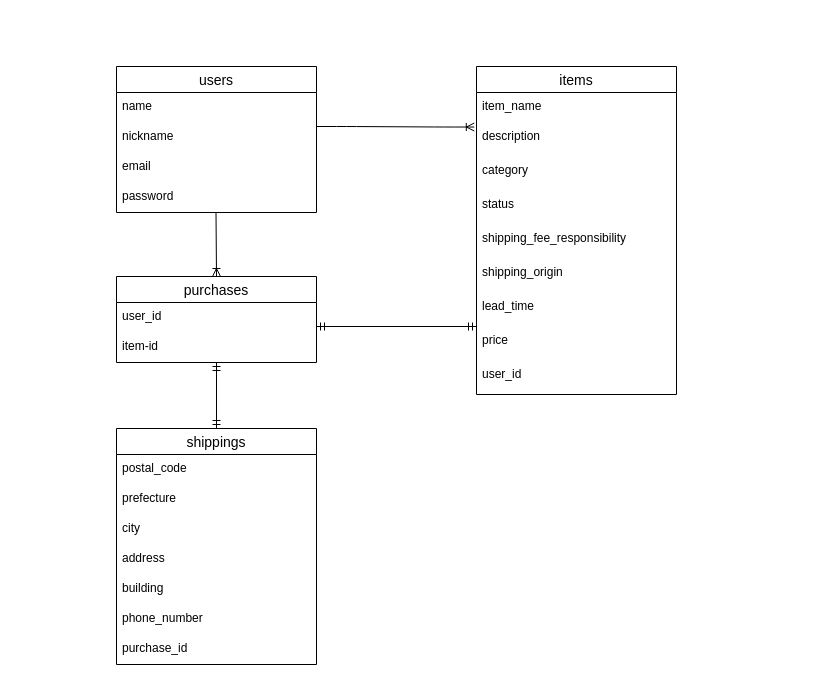
Earlier version of the draw.io diagram page "ページ1" (1 of 2) of ER.dio (taichikitano/furima-39758). Source tidied: cells renumbered, new cells numbered last; positions are measured from the earlier drawing's top-left corner, leaving out a move shared by most shapes. Both pictures are drawn from the tidied source at 100%, with x=0, y=0 at pixel (116, 66).
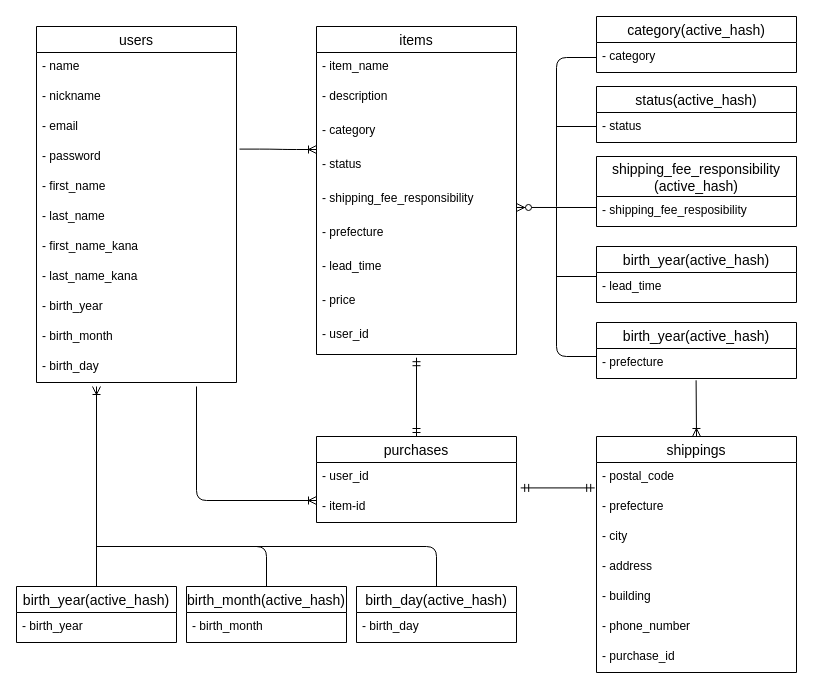
Above is the later version.

Commit message (it also covers changes not shown here):
active_hash追加及び不備修正

Change to the diagram source:
```diff
@@
     <mxCell id="2" value="users" style="swimlane;fontStyle=0;horizontal=1;startSize=26;align=center;fontSize=14;" parent="1" vertex="1">
-      <mxGeometry width="200" height="146" as="geometry" />
+      <mxGeometry x="-80" y="-40" width="200" height="356" as="geometry" />
     </mxCell>
-    <mxCell id="3" value="name" style="text;strokeColor=none;fillColor=none;spacingLeft=4;spacingRight=4;overflow=hidden;fontSize=12;" parent="2" vertex="1">
+    <mxCell id="3" value="- name" style="text;strokeColor=none;fillColor=none;spacingLeft=4;spacingRight=4;overflow=hidden;fontSize=12;" parent="2" vertex="1">
       <mxGeometry y="26" width="200" height="30" as="geometry" />
     </mxCell>
-    <mxCell id="4" value="nickname" style="text;strokeColor=none;fillColor=none;spacingLeft=4;spacingRight=4;overflow=hidden;fontSize=12;" parent="2" vertex="1">
+    <mxCell id="4" value="- nickname" style="text;strokeColor=none;fillColor=none;spacingLeft=4;spacingRight=4;overflow=hidden;fontSize=12;" parent="2" vertex="1">
       <mxGeometry y="56" width="200" height="30" as="geometry" />
     </mxCell>
-    <mxCell id="5" value="email" style="text;strokeColor=none;fillColor=none;spacingLeft=4;spacingRight=4;overflow=hidden;fontSize=12;" parent="2" vertex="1">
+    <mxCell id="5" value="- email" style="text;strokeColor=none;fillColor=none;spacingLeft=4;spacingRight=4;overflow=hidden;fontSize=12;" parent="2" vertex="1">
       <mxGeometry y="86" width="200" height="30" as="geometry" />
     </mxCell>
-    <mxCell id="6" value="password" style="text;strokeColor=none;fillColor=none;spacingLeft=4;spacingRight=4;overflow=hidden;points=[[0,0.5],[1,0.5]];portConstraint=eastwest;fontSize=12;" parent="2" vertex="1">
+    <mxCell id="6" value="- password" style="text;strokeColor=none;fillColor=none;spacingLeft=4;spacingRight=4;overflow=hidden;points=[[0,0.5],[1,0.5]];portConstraint=eastwest;fontSize=12;" parent="2" vertex="1">
       <mxGeometry y="116" width="200" height="30" as="geometry" />
     </mxCell>
+    <mxCell id="32" value="- first_name" style="text;strokeColor=none;fillColor=none;spacingLeft=4;spacingRight=4;overflow=hidden;fontSize=12;" parent="2" vertex="1">
+      <mxGeometry y="146" width="200" height="30" as="geometry" />
+    </mxCell>
+    <mxCell id="33" value="- last_name" style="text;strokeColor=none;fillColor=none;spacingLeft=4;spacingRight=4;overflow=hidden;fontSize=12;" parent="2" vertex="1">
+      <mxGeometry y="176" width="200" height="30" as="geometry" />
+    </mxCell>
+    <mxCell id="34" value="- first_name_kana" style="text;strokeColor=none;fillColor=none;spacingLeft=4;spacingRight=4;overflow=hidden;fontSize=12;" parent="2" vertex="1">
+      <mxGeometry y="206" width="200" height="30" as="geometry" />
+    </mxCell>
+    <mxCell id="35" value="- last_name_kana" style="text;strokeColor=none;fillColor=none;spacingLeft=4;spacingRight=4;overflow=hidden;fontSize=12;" parent="2" vertex="1">
+      <mxGeometry y="236" width="200" height="30" as="geometry" />
+    </mxCell>
+    <mxCell id="36" value="- birth_year&#10;" style="text;strokeColor=none;fillColor=none;spacingLeft=4;spacingRight=4;overflow=hidden;fontSize=12;" parent="2" vertex="1">
+      <mxGeometry y="266" width="200" height="30" as="geometry" />
+    </mxCell>
+    <mxCell id="37" value="- birth_month&#10;&#10;" style="text;strokeColor=none;fillColor=none;spacingLeft=4;spacingRight=4;overflow=hidden;fontSize=12;" parent="2" vertex="1">
+      <mxGeometry y="296" width="200" height="30" as="geometry" />
+    </mxCell>
+    <mxCell id="38" value="- birth_day&#10;" style="text;strokeColor=none;fillColor=none;spacingLeft=4;spacingRight=4;overflow=hidden;fontSize=12;" parent="2" vertex="1">
+      <mxGeometry y="326" width="200" height="30" as="geometry" />
+    </mxCell>
     <mxCell id="7" value="items" style="swimlane;fontStyle=0;horizontal=1;startSize=26;align=center;fontSize=14;" parent="1" vertex="1">
-      <mxGeometry x="360" width="200" height="328" as="geometry" />
+      <mxGeometry x="200" y="-40" width="200" height="328" as="geometry" />
     </mxCell>
-    <mxCell id="8" value="item_name" style="text;strokeColor=none;fillColor=none;spacingLeft=4;spacingRight=4;overflow=hidden;fontSize=12;" parent="7" vertex="1">
+    <mxCell id="8" value="- item_name" style="text;strokeColor=none;fillColor=none;spacingLeft=4;spacingRight=4;overflow=hidden;fontSize=12;" parent="7" vertex="1">
       <mxGeometry y="26" width="200" height="30" as="geometry" />
     </mxCell>
-    <mxCell id="9" value="description" style="text;strokeColor=none;fillColor=none;spacingLeft=4;spacingRight=4;overflow=hidden;points=[[0,0.5],[1,0.5]];portConstraint=eastwest;fontSize=12;" parent="7" vertex="1">
+    <mxCell id="9" value="- description" style="text;strokeColor=none;fillColor=none;spacingLeft=4;spacingRight=4;overflow=hidden;points=[[0,0.5],[1,0.5]];portConstraint=eastwest;fontSize=12;" parent="7" vertex="1">
       <mxGeometry y="56" width="200" height="34" as="geometry" />
     </mxCell>
-    <mxCell id="10" value="category" style="text;strokeColor=none;fillColor=none;spacingLeft=4;spacingRight=4;overflow=hidden;fontSize=12;" parent="7" vertex="1">
+    <mxCell id="10" value="- category" style="text;strokeColor=none;fillColor=none;spacingLeft=4;spacingRight=4;overflow=hidden;fontSize=12;" parent="7" vertex="1">
       <mxGeometry y="90" width="200" height="34" as="geometry" />
     </mxCell>
-    <mxCell id="11" value="status" style="text;strokeColor=none;fillColor=none;spacingLeft=4;spacingRight=4;overflow=hidden;fontSize=12;" parent="7" vertex="1">
+    <mxCell id="11" value="- status" style="text;strokeColor=none;fillColor=none;spacingLeft=4;spacingRight=4;overflow=hidden;fontSize=12;" parent="7" vertex="1">
       <mxGeometry y="124" width="200" height="34" as="geometry" />
     </mxCell>
-    <mxCell id="12" value="shipping_fee_responsibility" style="text;strokeColor=none;fillColor=none;spacingLeft=4;spacingRight=4;overflow=hidden;points=[[0,0.5],[1,0.5]];portConstraint=eastwest;fontSize=12;" parent="7" vertex="1">
+    <mxCell id="12" value="- shipping_fee_responsibility" style="text;strokeColor=none;fillColor=none;spacingLeft=4;spacingRight=4;overflow=hidden;points=[[0,0.5],[1,0.5]];portConstraint=eastwest;fontSize=12;" parent="7" vertex="1">
       <mxGeometry y="158" width="200" height="34" as="geometry" />
     </mxCell>
-    <mxCell id="13" value="shipping_origin&#10;&#10;" style="text;strokeColor=none;fillColor=none;spacingLeft=4;spacingRight=4;overflow=hidden;fontSize=12;" parent="7" vertex="1">
+    <mxCell id="13" value="- prefecture" style="text;strokeColor=none;fillColor=none;spacingLeft=4;spacingRight=4;overflow=hidden;fontSize=12;" parent="7" vertex="1">
       <mxGeometry y="192" width="200" height="34" as="geometry" />
     </mxCell>
-    <mxCell id="14" value="lead_time&#10;" style="text;strokeColor=none;fillColor=none;spacingLeft=4;spacingRight=4;overflow=hidden;fontSize=12;" parent="7" vertex="1">
+    <mxCell id="14" value="- lead_time&#10;" style="text;strokeColor=none;fillColor=none;spacingLeft=4;spacingRight=4;overflow=hidden;fontSize=12;" parent="7" vertex="1">
       <mxGeometry y="226" width="200" height="34" as="geometry" />
     </mxCell>
-    <mxCell id="15" value="price" style="text;strokeColor=none;fillColor=none;spacingLeft=4;spacingRight=4;overflow=hidden;fontSize=12;" parent="7" vertex="1">
+    <mxCell id="15" value="- price" style="text;strokeColor=none;fillColor=none;spacingLeft=4;spacingRight=4;overflow=hidden;fontSize=12;" parent="7" vertex="1">
       <mxGeometry y="260" width="200" height="34" as="geometry" />
     </mxCell>
-    <mxCell id="16" value="user_id" style="text;strokeColor=none;fillColor=none;spacingLeft=4;spacingRight=4;overflow=hidden;points=[[0,0.5],[1,0.5]];portConstraint=eastwest;fontSize=12;" parent="7" vertex="1">
+    <mxCell id="16" value="- user_id" style="text;strokeColor=none;fillColor=none;spacingLeft=4;spacingRight=4;overflow=hidden;points=[[0,0.5],[1,0.5]];portConstraint=eastwest;fontSize=12;" parent="7" vertex="1">
       <mxGeometry y="294" width="200" height="34" as="geometry" />
     </mxCell>
     <mxCell id="17" value="purchases" style="swimlane;fontStyle=0;horizontal=1;startSize=26;align=center;fontSize=14;" parent="1" vertex="1">
-      <mxGeometry y="210" width="200" height="86" as="geometry" />
+      <mxGeometry x="200" y="370" width="200" height="86" as="geometry" />
     </mxCell>
-    <mxCell id="18" value="user_id" style="text;strokeColor=none;fillColor=none;spacingLeft=4;spacingRight=4;overflow=hidden;points=[[0,0.5],[1,0.5]];portConstraint=eastwest;fontSize=12;" parent="17" vertex="1">
+    <mxCell id="18" value="- user_id" style="text;strokeColor=none;fillColor=none;spacingLeft=4;spacingRight=4;overflow=hidden;points=[[0,0.5],[1,0.5]];portConstraint=eastwest;fontSize=12;" parent="17" vertex="1">
       <mxGeometry y="26" width="200" height="30" as="geometry" />
     </mxCell>
-    <mxCell id="19" value="item-id" style="text;strokeColor=none;fillColor=none;spacingLeft=4;spacingRight=4;overflow=hidden;points=[[0,0.5],[1,0.5]];portConstraint=eastwest;fontSize=12;" parent="17" vertex="1">
+    <mxCell id="19" value="- item-id" style="text;strokeColor=none;fillColor=none;spacingLeft=4;spacingRight=4;overflow=hidden;points=[[0,0.5],[1,0.5]];portConstraint=eastwest;fontSize=12;" parent="17" vertex="1">
       <mxGeometry y="56" width="200" height="30" as="geometry" />
     </mxCell>
     <mxCell id="20" value="shippings" style="swimlane;fontStyle=0;horizontal=1;startSize=26;align=center;fontSize=14;" parent="1" vertex="1">
-      <mxGeometry y="362" width="200" height="236" as="geometry" />
+      <mxGeometry x="480" y="370" width="200" height="236" as="geometry" />
     </mxCell>
-    <mxCell id="21" value="postal_code" style="text;strokeColor=none;fillColor=none;spacingLeft=4;spacingRight=4;overflow=hidden;fontSize=12;" parent="20" vertex="1">
+    <mxCell id="21" value="- postal_code" style="text;strokeColor=none;fillColor=none;spacingLeft=4;spacingRight=4;overflow=hidden;fontSize=12;" parent="20" vertex="1">
       <mxGeometry y="26" width="200" height="30" as="geometry" />
     </mxCell>
-    <mxCell id="22" value="prefecture" style="text;strokeColor=none;fillColor=none;spacingLeft=4;spacingRight=4;overflow=hidden;points=[[0,0.5],[1,0.5]];portConstraint=eastwest;fontSize=12;" parent="20" vertex="1">
+    <mxCell id="22" value="- prefecture" style="text;strokeColor=none;fillColor=none;spacingLeft=4;spacingRight=4;overflow=hidden;points=[[0,0.5],[1,0.5]];portConstraint=eastwest;fontSize=12;" parent="20" vertex="1">
       <mxGeometry y="56" width="200" height="30" as="geometry" />
     </mxCell>
-    <mxCell id="23" value="city" style="text;strokeColor=none;fillColor=none;spacingLeft=4;spacingRight=4;overflow=hidden;fontSize=12;" parent="20" vertex="1">
+    <mxCell id="23" value="- city" style="text;strokeColor=none;fillColor=none;spacingLeft=4;spacingRight=4;overflow=hidden;fontSize=12;" parent="20" vertex="1">
       <mxGeometry y="86" width="200" height="30" as="geometry" />
     </mxCell>
-    <mxCell id="24" value="address" style="text;strokeColor=none;fillColor=none;spacingLeft=4;spacingRight=4;overflow=hidden;fontSize=12;" parent="20" vertex="1">
+    <mxCell id="24" value="- address" style="text;strokeColor=none;fillColor=none;spacingLeft=4;spacingRight=4;overflow=hidden;fontSize=12;" parent="20" vertex="1">
       <mxGeometry y="116" width="200" height="30" as="geometry" />
     </mxCell>
-    <mxCell id="25" value="building" style="text;strokeColor=none;fillColor=none;spacingLeft=4;spacingRight=4;overflow=hidden;fontSize=12;" parent="20" vertex="1">
+    <mxCell id="25" value="- building" style="text;strokeColor=none;fillColor=none;spacingLeft=4;spacingRight=4;overflow=hidden;fontSize=12;" parent="20" vertex="1">
       <mxGeometry y="146" width="200" height="30" as="geometry" />
     </mxCell>
-    <mxCell id="26" value="phone_number" style="text;strokeColor=none;fillColor=none;spacingLeft=4;spacingRight=4;overflow=hidden;fontSize=12;" parent="20" vertex="1">
+    <mxCell id="26" value="- phone_number" style="text;strokeColor=none;fillColor=none;spacingLeft=4;spacingRight=4;overflow=hidden;fontSize=12;" parent="20" vertex="1">
       <mxGeometry y="176" width="200" height="30" as="geometry" />
     </mxCell>
-    <mxCell id="27" value="purchase_id" style="text;strokeColor=none;fillColor=none;spacingLeft=4;spacingRight=4;overflow=hidden;fontSize=12;" parent="20" vertex="1">
+    <mxCell id="27" value="- purchase_id" style="text;strokeColor=none;fillColor=none;spacingLeft=4;spacingRight=4;overflow=hidden;fontSize=12;" parent="20" vertex="1">
       <mxGeometry y="206" width="200" height="30" as="geometry" />
     </mxCell>
-    <mxCell id="28" style="edgeStyle=entityRelationEdgeStyle;fontSize=12;html=1;endArrow=ERoneToMany;entryX=-0.011;entryY=0.133;entryDx=0;entryDy=0;entryPerimeter=0;" parent="1" edge="1" target="9">
+    <mxCell id="28" style="edgeStyle=entityRelationEdgeStyle;fontSize=12;html=1;endArrow=ERoneToMany;exitX=1.015;exitY=0.22;exitDx=0;exitDy=0;exitPerimeter=0;" parent="1" edge="1" source="6">
       <mxGeometry relative="1" as="geometry">
-        <mxPoint x="200" y="60" as="sourcePoint" />
+        <mxPoint x="200" y="83" as="targetPoint" />
       </mxGeometry>
     </mxCell>
-    <mxCell id="29" style="fontSize=12;html=1;endArrow=ERoneToMany;entryX=0.5;entryY=0;entryDx=0;entryDy=0;entryPerimeter=0;" parent="1" edge="1" target="17">
+    <mxCell id="29" style="fontSize=12;html=1;endArrow=ERoneToMany;" parent="1" edge="1">
       <mxGeometry relative="1" as="geometry">
-        <mxPoint x="99.5" y="146" as="sourcePoint" />
+        <mxPoint x="80" y="320" as="sourcePoint" />
+        <mxPoint x="200" y="434" as="targetPoint" />
+        <Array as="points">
+          <mxPoint x="80" y="434" />
+        </Array>
       </mxGeometry>
     </mxCell>
-    <mxCell id="30" style="fontSize=12;html=1;endArrow=ERmandOne;startArrow=ERmandOne;exitX=0.5;exitY=0;exitDx=0;exitDy=0;" parent="1" edge="1" source="20" target="19">
+    <mxCell id="30" style="fontSize=12;html=1;endArrow=ERmandOne;startArrow=ERmandOne;exitX=-0.009;exitY=-0.153;exitDx=0;exitDy=0;entryX=1.021;entryY=-0.153;entryDx=0;entryDy=0;entryPerimeter=0;exitPerimeter=0;" parent="1" edge="1" source="22" target="19">
       <mxGeometry relative="1" as="geometry" />
     </mxCell>
-    <mxCell id="31" style="fontSize=12;html=1;endArrow=ERmandOne;startArrow=ERmandOne;exitX=1;exitY=0.8;exitDx=0;exitDy=0;exitPerimeter=0;" parent="1" edge="1" source="18">
-      <mxGeometry relative="1" as="geometry">
-        <mxPoint x="360" y="260" as="targetPoint" />
-      </mxGeometry>
+    <mxCell id="31" style="fontSize=12;html=1;endArrow=ERmandOne;startArrow=ERmandOne;exitX=0.5;exitY=0;exitDx=0;exitDy=0;entryX=0.5;entryY=1.094;entryDx=0;entryDy=0;entryPerimeter=0;" parent="1" edge="1" source="17" target="16">
+      <mxGeometry relative="1" as="geometry" />
     </mxCell>
+    <mxCell id="39" value="birth_year(active_hash)" style="swimlane;fontStyle=0;horizontal=1;startSize=26;align=center;fontSize=14;" parent="1" vertex="1">
+      <mxGeometry x="-100" y="520" width="160" height="56" as="geometry" />
+    </mxCell>
+    <mxCell id="40" value="- birth_year" style="text;strokeColor=none;fillColor=none;spacingLeft=4;spacingRight=4;overflow=hidden;fontSize=12;" parent="39" vertex="1">
+      <mxGeometry y="26" width="160" height="30" as="geometry" />
+    </mxCell>
+    <mxCell id="41" value="birth_month(active_hash)" style="swimlane;fontStyle=0;horizontal=1;startSize=26;align=center;fontSize=14;" parent="1" vertex="1">
+      <mxGeometry x="70" y="520" width="160" height="56" as="geometry" />
+    </mxCell>
+    <mxCell id="42" value="- birth_month" style="text;strokeColor=none;fillColor=none;spacingLeft=4;spacingRight=4;overflow=hidden;fontSize=12;" parent="41" vertex="1">
+      <mxGeometry y="26" width="160" height="30" as="geometry" />
+    </mxCell>
+    <mxCell id="43" value="birth_day(active_hash)" style="swimlane;fontStyle=0;horizontal=1;startSize=26;align=center;fontSize=14;" parent="1" vertex="1">
+      <mxGeometry x="240" y="520" width="160" height="56" as="geometry" />
+    </mxCell>
+    <mxCell id="44" value="- birth_day" style="text;strokeColor=none;fillColor=none;spacingLeft=4;spacingRight=4;overflow=hidden;fontSize=12;" parent="43" vertex="1">
+      <mxGeometry y="26" width="160" height="30" as="geometry" />
+    </mxCell>
+    <mxCell id="45" style="fontSize=12;html=1;endArrow=ERoneToMany;exitX=0.5;exitY=0;exitDx=0;exitDy=0;" parent="1" edge="1" source="39">
+      <mxGeometry relative="1" as="geometry">
+        <mxPoint x="-20" y="320" as="targetPoint" />
+      </mxGeometry>
+    </mxCell>
+    <mxCell id="46" style="endArrow=none;html=1;rounded=1;strokeColor=default;entryX=0.5;entryY=0;entryDx=0;entryDy=0;" parent="1" edge="1" target="41">
+      <mxGeometry relative="1" as="geometry">
+        <mxPoint x="-20" y="480" as="sourcePoint" />
+        <Array as="points">
+          <mxPoint x="150" y="480" />
+        </Array>
+      </mxGeometry>
+    </mxCell>
+    <mxCell id="47" style="endArrow=none;html=1;rounded=1;strokeColor=default;entryX=0.5;entryY=0;entryDx=0;entryDy=0;" parent="1" edge="1" target="43">
+      <mxGeometry relative="1" as="geometry">
+        <mxPoint x="130" y="480" as="sourcePoint" />
+        <Array as="points">
+          <mxPoint x="320" y="480" />
+        </Array>
+      </mxGeometry>
+    </mxCell>
+    <mxCell id="48" value="category(active_hash)" style="swimlane;fontStyle=0;horizontal=1;startSize=26;align=center;fontSize=14;" parent="1" vertex="1">
+      <mxGeometry x="480" y="-50" width="200" height="56" as="geometry" />
+    </mxCell>
+    <mxCell id="49" value="- category" style="text;strokeColor=none;fillColor=none;spacingLeft=4;spacingRight=4;overflow=hidden;points=[[0,0.5],[1,0.5]];portConstraint=eastwest;fontSize=12;" parent="48" vertex="1">
+      <mxGeometry y="26" width="200" height="30" as="geometry" />
+    </mxCell>
+    <mxCell id="50" value="status(active_hash)" style="swimlane;fontStyle=0;horizontal=1;startSize=26;align=center;fontSize=14;" parent="1" vertex="1">
+      <mxGeometry x="480" y="20" width="200" height="56" as="geometry" />
+    </mxCell>
+    <mxCell id="51" value="- status" style="text;strokeColor=none;fillColor=none;spacingLeft=4;spacingRight=4;overflow=hidden;fontSize=12;" parent="50" vertex="1">
+      <mxGeometry y="26" width="200" height="30" as="geometry" />
+    </mxCell>
+    <mxCell id="52" value="shipping_fee_responsibility&#10;(active_hash)" style="swimlane;fontStyle=0;horizontal=1;startSize=40;align=center;fontSize=14;" parent="1" vertex="1">
+      <mxGeometry x="480" y="90" width="200" height="70" as="geometry" />
+    </mxCell>
+    <mxCell id="53" value="- shipping_fee_resposibility" style="text;strokeColor=none;fillColor=none;spacingLeft=4;spacingRight=4;overflow=hidden;fontSize=12;" parent="52" vertex="1">
+      <mxGeometry y="40" width="200" height="30" as="geometry" />
+    </mxCell>
+    <mxCell id="54" value="birth_year(active_hash)" style="swimlane;fontStyle=0;horizontal=1;startSize=26;align=center;fontSize=14;" parent="1" vertex="1">
+      <mxGeometry x="480" y="180" width="200" height="56" as="geometry" />
+    </mxCell>
+    <mxCell id="55" value="- lead_time" style="text;strokeColor=none;fillColor=none;spacingLeft=4;spacingRight=4;overflow=hidden;fontSize=12;" parent="54" vertex="1">
+      <mxGeometry y="26" width="200" height="30" as="geometry" />
+    </mxCell>
+    <mxCell id="56" value="birth_year(active_hash)" style="swimlane;fontStyle=0;horizontal=1;startSize=26;align=center;fontSize=14;" parent="1" vertex="1">
+      <mxGeometry x="480" y="256" width="200" height="56" as="geometry" />
+    </mxCell>
+    <mxCell id="57" value="- prefecture" style="text;strokeColor=none;fillColor=none;spacingLeft=4;spacingRight=4;overflow=hidden;points=[[0,0.5],[1,0.5]];portConstraint=eastwest;fontSize=12;" parent="56" vertex="1">
+      <mxGeometry y="26" width="200" height="30" as="geometry" />
+    </mxCell>
+    <mxCell id="58" style="fontSize=12;html=1;endArrow=ERoneToMany;rounded=1;strokeColor=default;exitX=0.498;exitY=1.06;exitDx=0;exitDy=0;exitPerimeter=0;entryX=0.5;entryY=0;entryDx=0;entryDy=0;" parent="1" edge="1" source="57" target="20">
+      <mxGeometry relative="1" as="geometry" />
+    </mxCell>
+    <mxCell id="59" style="fontSize=12;html=1;endArrow=ERzeroToMany;endFill=1;rounded=1;strokeColor=default;entryX=1;entryY=0.676;entryDx=0;entryDy=0;entryPerimeter=0;" parent="1" edge="1" target="12">
+      <mxGeometry relative="1" as="geometry">
+        <mxPoint x="480" y="141" as="sourcePoint" />
+      </mxGeometry>
+    </mxCell>
+    <mxCell id="60" style="endArrow=none;html=1;rounded=1;strokeColor=default;" parent="1" edge="1">
+      <mxGeometry relative="1" as="geometry">
+        <mxPoint x="440" y="140" as="sourcePoint" />
+        <mxPoint x="480" y="290" as="targetPoint" />
+        <Array as="points">
+          <mxPoint x="440" y="290" />
+        </Array>
+      </mxGeometry>
+    </mxCell>
+    <mxCell id="61" style="endArrow=none;html=1;rounded=0;strokeColor=default;" parent="1" edge="1">
+      <mxGeometry relative="1" as="geometry">
+        <mxPoint x="440" y="210" as="sourcePoint" />
+        <mxPoint x="480" y="210" as="targetPoint" />
+      </mxGeometry>
+    </mxCell>
+    <mxCell id="62" style="endArrow=none;html=1;rounded=1;strokeColor=default;entryX=0;entryY=0.5;entryDx=0;entryDy=0;" parent="1" edge="1" target="49">
+      <mxGeometry relative="1" as="geometry">
+        <mxPoint x="440" y="140" as="sourcePoint" />
+        <Array as="points">
+          <mxPoint x="440" y="-9" />
+        </Array>
+      </mxGeometry>
+    </mxCell>
+    <mxCell id="63" style="endArrow=none;html=1;rounded=0;strokeColor=default;" parent="1" edge="1">
+      <mxGeometry relative="1" as="geometry">
+        <mxPoint x="440" y="60" as="sourcePoint" />
+        <mxPoint x="480" y="60" as="targetPoint" />
+      </mxGeometry>
+    </mxCell>
```
